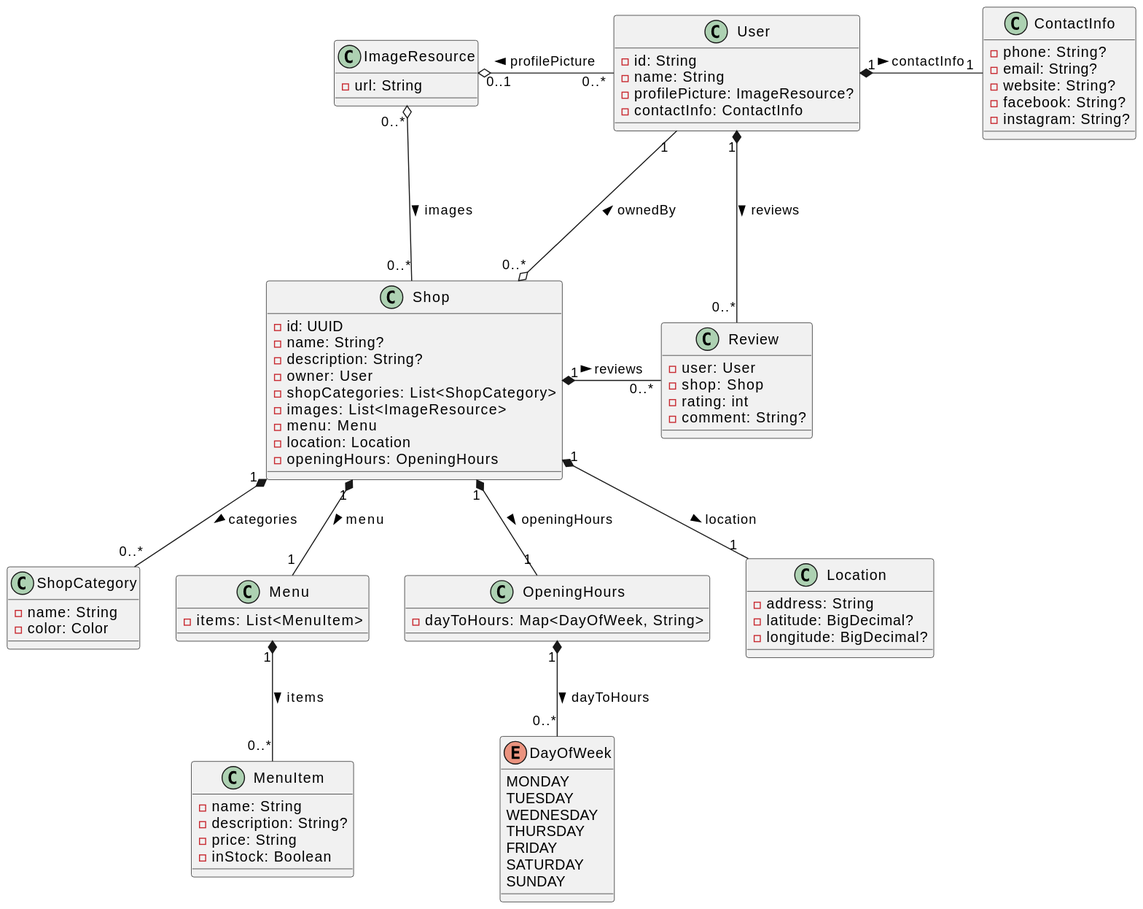
The PlantUML diagram docs/diagram-img/class.svg in tondracek/my-farmer, before a commit.
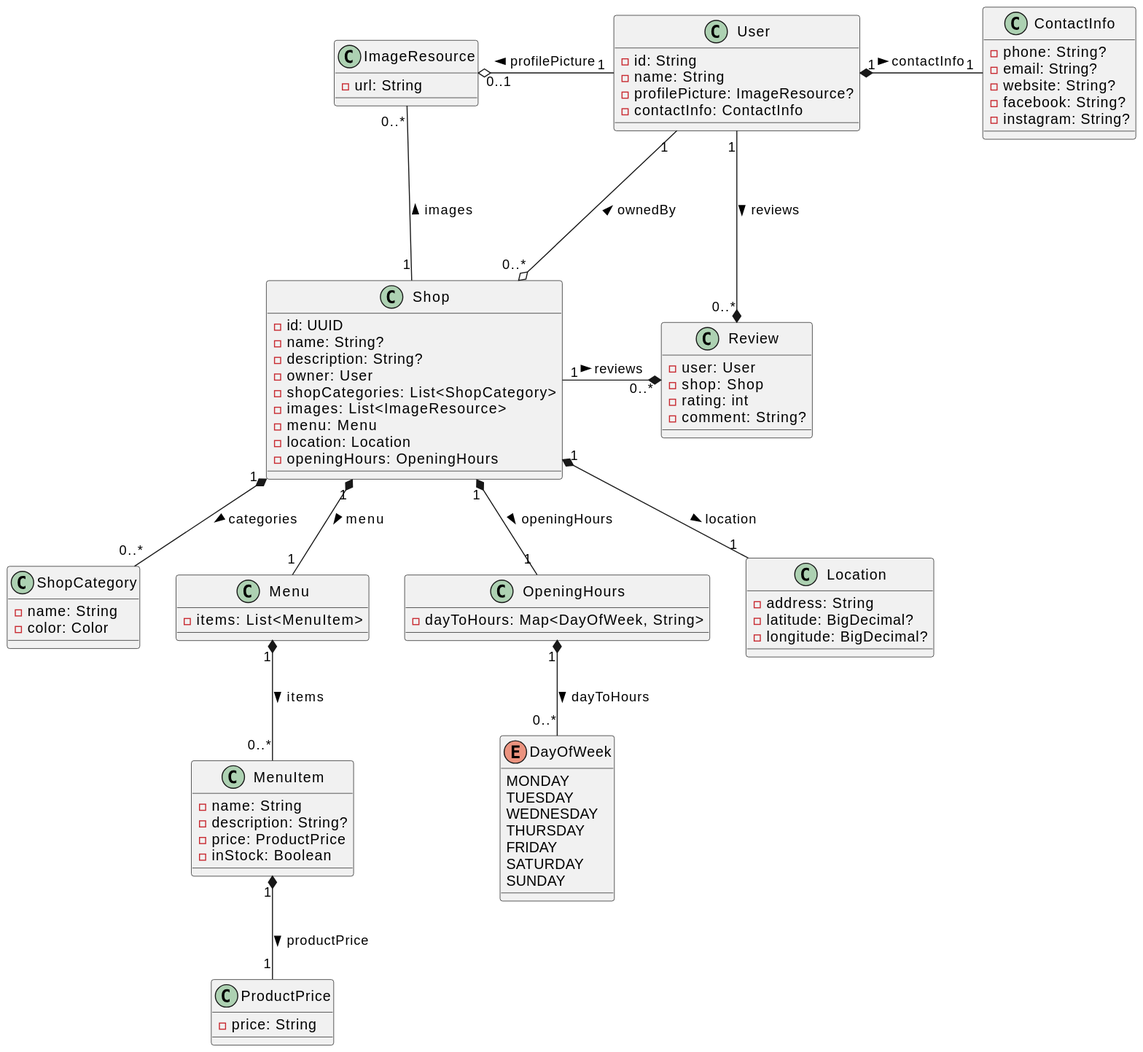
After the commit.

Commit message:
🖼️ Auto-update UML diagrams

Change to the diagram source:
```diff
@@ -13,7 +13,7 @@
     - contactInfo: ContactInfo
 }
 
-User "0..*" -Lo "0..1" ImageResource : profilePicture >
+User "1" -Lo "0..1" ImageResource : profilePicture >
 
 
 class ContactInfo {
@@ -40,7 +40,8 @@
 }
 
 User "1" ---o "0..*" Shop : ownedBy <
-ImageResource "0..*" o-- "0..*" Shop : images >
+
+Shop "1" -- "0..*" ImageResource : images >
 
 
 class ShopCategory {
@@ -58,12 +59,17 @@
 class MenuItem {
     - name: String
     - description: String?
+    - price: ProductPrice
+    - inStock: Boolean
+}
+
+class ProductPrice {
     - price: String
-    - inStock: Boolean
 }
 
 Shop "1" *-- "1" Menu : menu >
 Menu "1" *-- "0..*" MenuItem : items >
+MenuItem "1" *-- "1" ProductPrice : productPrice >
 
 
 class OpeningHours {
@@ -100,6 +106,6 @@
     - comment: String?
 }
 
-Shop "1" *- "0..*" Review : reviews >
-User "1" *- "0..*" Review : reviews >
+Shop "1" -* "0..*" Review : reviews >
+User "1" -* "0..*" Review : reviews >
 @enduml
```
